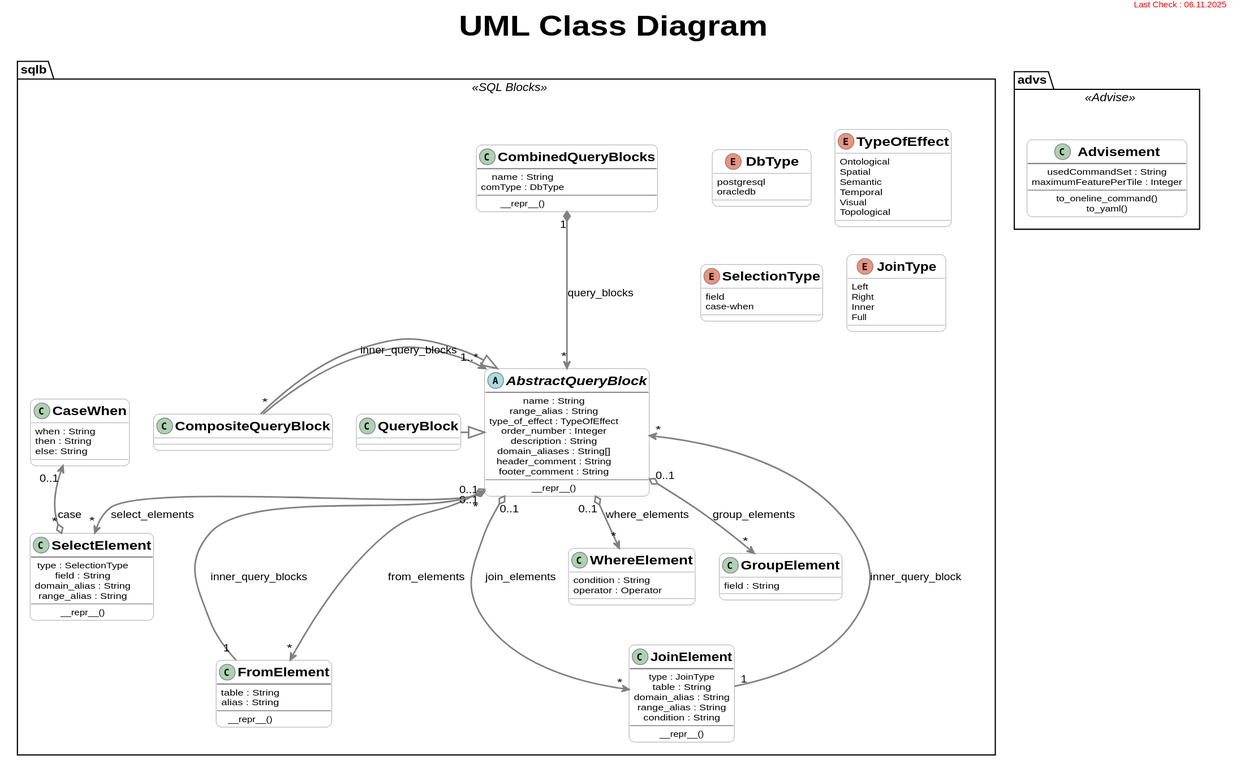
This is docs/images/classes.svg from tum-gis/citydb-3dtiler, a PlantUML export, as it was before one commit.
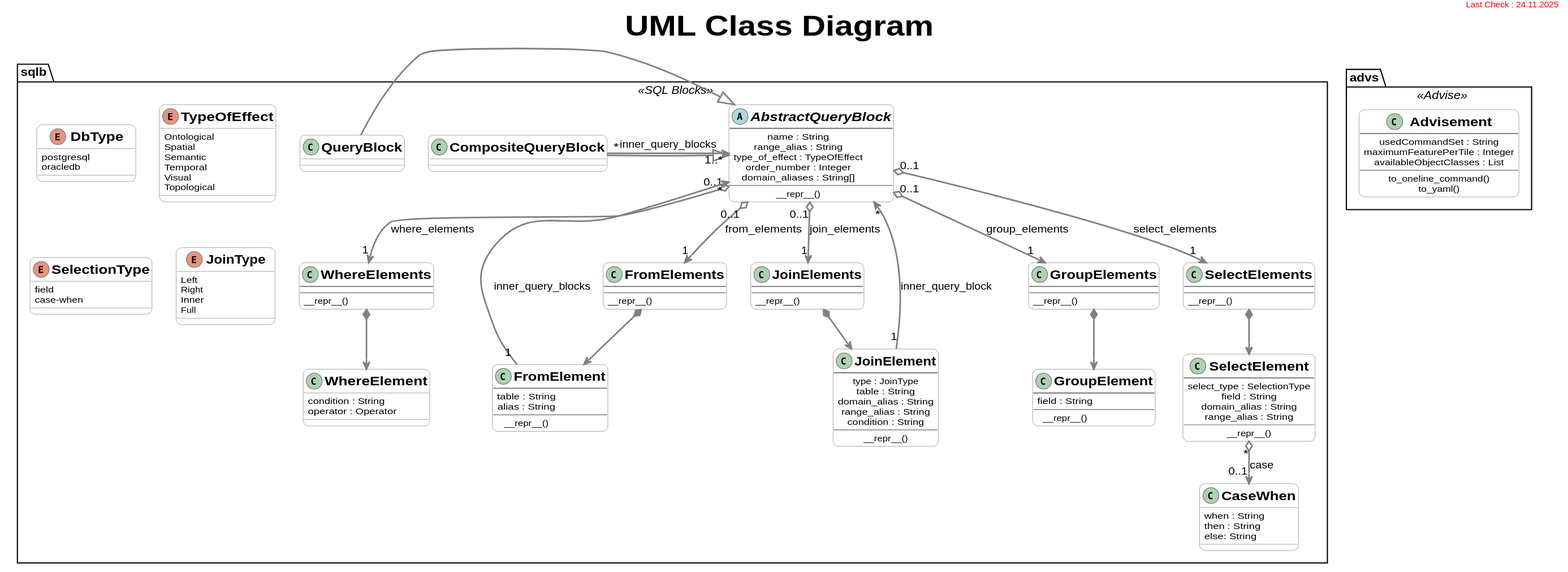
Above is the later version.

What changed in the source:
```diff
@@ -1,7 +1,7 @@
 @startuml
 title UML Class Diagram
 header
-<font color=red size=10>Last Check : 06.11.2025</font>
+<font color=red size=10>Last Check : 24.11.2025</font>
 endheader
 
 
@@ -42,6 +42,7 @@
 	class Advisement {
 		usedCommandSet : String
 		maximumFeaturePerTile : Integer
+		availableObjectClasses : List
 		---
 		to_oneline_command()
 		to_yaml()
@@ -49,31 +50,20 @@
 }
 
 namespace sqlb <<SQL Blocks>> {
-	class CombinedQueryBlocks {
-		name : String
-		comType : DbType
-		---
-		__repr__()
-	}
-	CombinedQueryBlocks "1" *--down-> "*" AbstractQueryBlock : query_blocks
-
 	abstract class AbstractQueryBlock {
 		name : String
 		range_alias : String
 		type_of_effect : TypeOfEffect
 		order_number : Integer
-		description : String
 		domain_aliases : String[]
-		header_comment : String
-		footer_comment : String
 		---
 		__repr__()
 	}
-	AbstractQueryBlock "0..1" o-down-> "*" SelectElement : select_elements
-	AbstractQueryBlock "0..1" o-down-> "*" FromElement : from_elements
-	AbstractQueryBlock "0..1" o-down-> "*" JoinElement : join_elements
-	AbstractQueryBlock "0..1" o-down-> "*" WhereElement : where_elements
-	AbstractQueryBlock "0..1" o-down-> "*" GroupElement : group_elements
+	AbstractQueryBlock "0..1" o-down-> "1" SelectElements : select_elements
+	AbstractQueryBlock "0..1" o-down-> "1" FromElements : from_elements
+	AbstractQueryBlock "0..1" o-down-> "1" JoinElements : join_elements
+	AbstractQueryBlock "0..1" o-down-> "1" WhereElements : where_elements
+	AbstractQueryBlock "0..1" o-down-> "1" GroupElements : group_elements
 
 	class QueryBlock {
 	}
@@ -85,14 +75,20 @@
 	CompositeQueryBlock "*" -right-> "1..*" AbstractQueryBlock : inner_query_blocks
 
 	class SelectElement {
-		type : SelectionType
+		select_type : SelectionType
 		field : String
 		domain_alias : String
 		range_alias : String
 		---
 		__repr__()
 	}
-	SelectElement "*" o-up-> "0..1" CaseWhen : case
+	SelectElement "*" o-down-> "0..1" CaseWhen : case
+
+	class SelectElements{
+		---
+		__repr__()
+	}
+	SelectElements *-down-> SelectElement
 
 	class FromElement {
 		table : String
@@ -101,6 +97,12 @@
 		__repr__()
 	}
 	FromElement "1" --up-> "*" AbstractQueryBlock : inner_query_blocks
+
+	class FromElements {
+		---
+		__repr__()
+	}
+	FromElements *-down-> FromElement
 
 	class JoinElement {
 		type : JoinType
@@ -113,14 +115,34 @@
 	}
 	JoinElement "1" --up-> "*" AbstractQueryBlock : inner_query_block
 
+	class JoinElements {
+		---
+		__repr__()
+	}
+	JoinElements *-down-> JoinElement
+
 	class WhereElement {
 		condition : String
 		operator : Operator
 	}
 
+	class WhereElements {
+		---
+		__repr__()
+	}
+	WhereElements *-down-> WhereElement
+
 	class GroupElement {
 		field : String
+		---
+		__repr__()
 	}
+
+	class GroupElements {
+		---
+		__repr__()
+	}
+	GroupElements *-down-> GroupElement
 
 	class CaseWhen {
 		when : String
```
